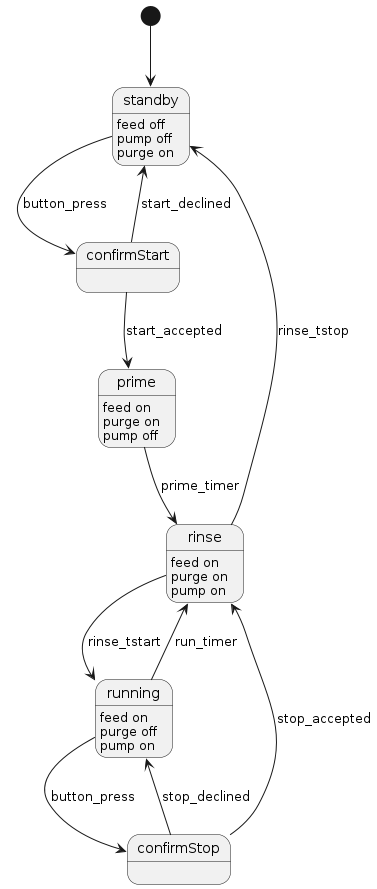
rlhatcher/aquarium keeps this PlantUML diagram as water/water_state.png. Above is the earlier version.
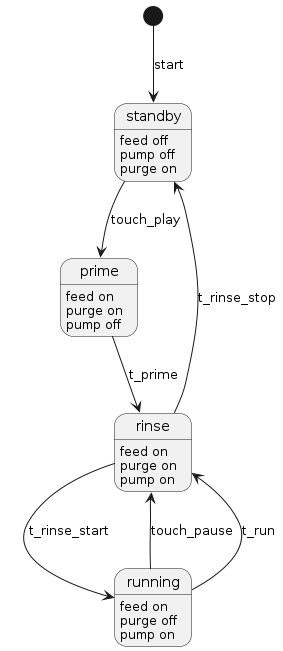
After the commit.

Diff of the diagram source:
```diff
@@ -1,4 +1,5 @@
 @startuml water_state
+hide empty description
 
 state standby {
   standby: feed off
@@ -24,16 +25,12 @@
   rinse : pump on
 }
 
-[*] --> standby
-standby --> confirmStart : button_press
-confirmStart --> standby : start_declined
-confirmStart --> prime : start_accepted
-prime --> rinse : prime_timer
-rinse --> running : rinse_tstart
-running --> confirmStop : button_press
-confirmStop --> running : stop_declined
-confirmStop --> rinse : stop_accepted
-rinse --> standby : rinse_tstop
-running --> rinse : run_timer
+[*] --> standby : start
+standby --> prime : touch_play
+prime --> rinse : t_prime
+rinse --> running : t_rinse_start
+running --> rinse : touch_pause
+rinse --> standby : t_rinse_stop
+running --> rinse : t_run
 
 @enduml
```
